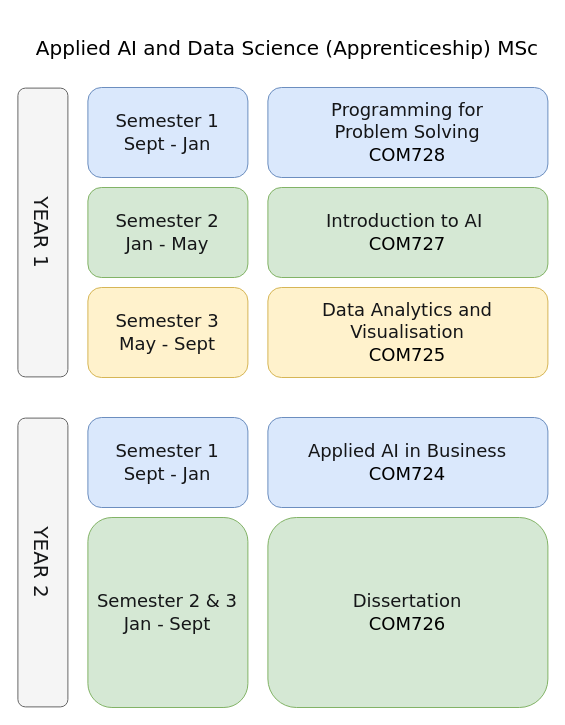
Before: page "Apprentice MAIDS" (1 of 13) of courses/ALL_UG_2025.drawio in martinsolent/solent_diagrams, a draw.io diagram. Source tidied: cells renumbered, new cells numbered last; positions are measured from the earlier drawing's top-left corner, leaving out a move shared by most shapes. Both pictures are drawn from the tidied source at 100%, with x=0, y=0 at pixel (-102, 17).
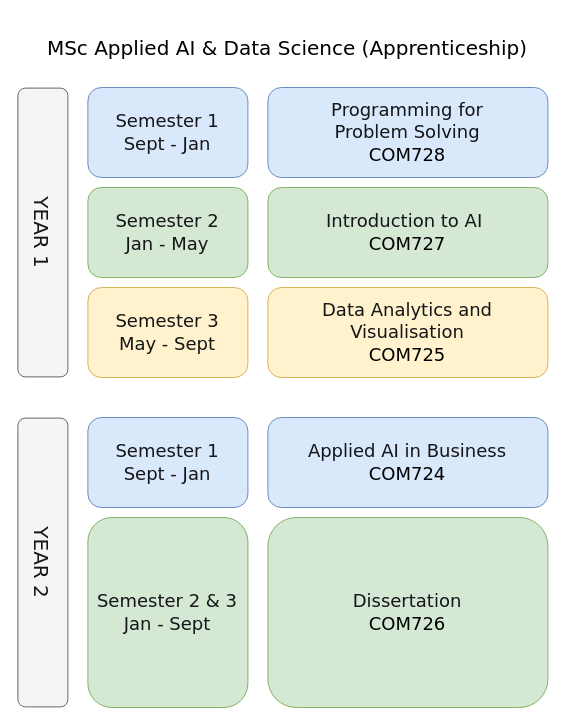
After the change.

The edit, as a diff of the source:
```diff
@@
 <mxGraphModel>
   <root>
     <mxCell id="0" />
     <mxCell id="1" parent="0" />
     <mxCell id="2" value="&lt;p style=&quot;font-size: 18px&quot;&gt;&lt;font face=&quot;Verdana&quot; style=&quot;font-size: 18px&quot;&gt;&lt;font style=&quot;font-size: 18px&quot;&gt;&lt;span style=&quot;color: rgb(21 , 22 , 24)&quot;&gt;Programming for&lt;br&gt;&amp;nbsp;Problem Solving&amp;nbsp;&lt;br&gt;&lt;/span&gt;&lt;/font&gt;&lt;font style=&quot;font-size: 18px&quot;&gt;COM728&lt;/font&gt;&lt;/font&gt;&lt;/p&gt;" style="rounded=1;whiteSpace=wrap;html=1;fillColor=#dae8fc;strokeColor=#6c8ebf;" parent="1" vertex="1">
       <mxGeometry x="369.4" y="70" width="280" height="90" as="geometry" />
     </mxCell>
     <mxCell id="3" value="&lt;p style=&quot;font-size: 18px&quot;&gt;&lt;font face=&quot;Verdana&quot; style=&quot;font-size: 18px&quot;&gt;&lt;span style=&quot;color: rgb(21 , 22 , 24)&quot;&gt;Introduction to AI&amp;nbsp;&lt;br&gt;&lt;/span&gt;&lt;span&gt;COM727&lt;/span&gt;&lt;/font&gt;&lt;/p&gt;" style="rounded=1;whiteSpace=wrap;html=1;fillColor=#d5e8d4;strokeColor=#82b366;" parent="1" vertex="1">
       <mxGeometry x="369.4" y="170" width="280" height="90" as="geometry" />
     </mxCell>
     <mxCell id="4" value="&lt;p style=&quot;font-size: 18px&quot;&gt;&lt;font face=&quot;Verdana&quot; style=&quot;font-size: 18px&quot;&gt;&lt;span style=&quot;color: rgb(21 , 22 , 24)&quot;&gt;&lt;font style=&quot;font-size: 18px&quot;&gt;Data Analytics and Visualisation&lt;br&gt;&lt;/font&gt;&lt;/span&gt;COM725&lt;/font&gt;&lt;/p&gt;" style="rounded=1;whiteSpace=wrap;html=1;fillColor=#fff2cc;strokeColor=#d6b656;" parent="1" vertex="1">
       <mxGeometry x="369.4" y="270" width="280" height="90" as="geometry" />
     </mxCell>
     <mxCell id="5" value="&lt;p style=&quot;font-size: 18px&quot;&gt;&lt;font color=&quot;#151618&quot; face=&quot;Verdana&quot;&gt;Semester 1&lt;br&gt;Sept - Jan&lt;/font&gt;&lt;/p&gt;" style="rounded=1;whiteSpace=wrap;html=1;fillColor=#dae8fc;strokeColor=#6c8ebf;" parent="1" vertex="1">
       <mxGeometry x="189.4" y="70" width="160" height="90" as="geometry" />
     </mxCell>
     <mxCell id="6" value="&lt;p style=&quot;font-size: 18px&quot;&gt;&lt;font color=&quot;#151618&quot; face=&quot;Verdana&quot;&gt;Semester 2&lt;br&gt;Jan - May&lt;/font&gt;&lt;/p&gt;" style="rounded=1;whiteSpace=wrap;html=1;fillColor=#d5e8d4;strokeColor=#82b366;" parent="1" vertex="1">
       <mxGeometry x="189.4" y="170" width="160" height="90" as="geometry" />
     </mxCell>
     <mxCell id="7" value="&lt;p style=&quot;font-size: 18px&quot;&gt;&lt;font color=&quot;#151618&quot; face=&quot;Verdana&quot;&gt;Semester 3&lt;br&gt;May - Sept&lt;/font&gt;&lt;/p&gt;" style="rounded=1;whiteSpace=wrap;html=1;fillColor=#fff2cc;strokeColor=#d6b656;" parent="1" vertex="1">
       <mxGeometry x="189.4" y="270" width="160" height="90" as="geometry" />
     </mxCell>
     <mxCell id="8" value="&lt;p&gt;&lt;font color=&quot;#151618&quot; face=&quot;Verdana&quot; style=&quot;font-size: 20px&quot;&gt;YEAR 1&lt;/font&gt;&lt;/p&gt;" style="rounded=1;whiteSpace=wrap;html=1;fillColor=#f5f5f5;strokeColor=#666666;fontColor=#333333;rotation=90;" parent="1" vertex="1">
       <mxGeometry y="190" width="288.8" height="50" as="geometry" />
     </mxCell>
     <mxCell id="9" value="&lt;p style=&quot;font-size: 18px&quot;&gt;&lt;font face=&quot;Verdana&quot; style=&quot;font-size: 18px&quot;&gt;&lt;span style=&quot;color: rgb(21 , 22 , 24)&quot;&gt;&lt;font style=&quot;font-size: 18px&quot;&gt;Applied AI in Business&lt;br&gt;&lt;/font&gt;&lt;/span&gt;COM724&lt;/font&gt;&lt;/p&gt;" style="rounded=1;whiteSpace=wrap;html=1;fillColor=#dae8fc;strokeColor=#6c8ebf;" parent="1" vertex="1">
       <mxGeometry x="369.4" y="400" width="280" height="90" as="geometry" />
     </mxCell>
     <mxCell id="10" value="&lt;p style=&quot;font-size: 18px&quot;&gt;&lt;font face=&quot;Verdana&quot;&gt;&lt;span style=&quot;color: rgb(21 , 22 , 24)&quot;&gt;Dissertation&lt;/span&gt;&lt;font style=&quot;font-size: 18px&quot;&gt;&lt;span style=&quot;color: rgb(21 , 22 , 24)&quot;&gt;&lt;br&gt;&lt;/span&gt;&lt;span&gt;COM726&lt;/span&gt;&lt;/font&gt;&lt;/font&gt;&lt;/p&gt;" style="rounded=1;whiteSpace=wrap;html=1;fillColor=#d5e8d4;strokeColor=#82b366;" parent="1" vertex="1">
       <mxGeometry x="369.4" y="500" width="280" height="190" as="geometry" />
     </mxCell>
     <mxCell id="11" value="&lt;p style=&quot;font-size: 18px&quot;&gt;&lt;font color=&quot;#151618&quot; face=&quot;Verdana&quot;&gt;Semester 1&lt;br&gt;Sept - Jan&lt;/font&gt;&lt;/p&gt;" style="rounded=1;whiteSpace=wrap;html=1;fillColor=#dae8fc;strokeColor=#6c8ebf;" parent="1" vertex="1">
       <mxGeometry x="189.4" y="400" width="160" height="90" as="geometry" />
     </mxCell>
     <mxCell id="12" value="&lt;p style=&quot;font-size: 18px&quot;&gt;&lt;font color=&quot;#151618&quot; face=&quot;Verdana&quot;&gt;Semester 2 &amp;amp; 3&lt;br&gt;Jan - Sept&lt;/font&gt;&lt;/p&gt;" style="rounded=1;whiteSpace=wrap;html=1;fillColor=#d5e8d4;strokeColor=#82b366;" parent="1" vertex="1">
       <mxGeometry x="189.4" y="500" width="160" height="190" as="geometry" />
     </mxCell>
     <mxCell id="13" value="&lt;p&gt;&lt;font color=&quot;#151618&quot; face=&quot;Verdana&quot; style=&quot;font-size: 20px&quot;&gt;YEAR 2&lt;/font&gt;&lt;/p&gt;" style="rounded=1;whiteSpace=wrap;html=1;fillColor=#f5f5f5;strokeColor=#666666;fontColor=#333333;rotation=90;" parent="1" vertex="1">
       <mxGeometry y="520" width="288.8" height="50" as="geometry" />
     </mxCell>
-    <mxCell id="14" value="&lt;font style=&quot;font-size: 20px&quot;&gt;Applied AI and Data Science (Apprenticeship) MSc&lt;/font&gt;" style="text;html=1;strokeColor=none;fillColor=none;align=center;verticalAlign=middle;whiteSpace=wrap;rounded=0;labelBackgroundColor=none;fontFamily=Verdana;fontSize=14;" parent="1" vertex="1">
+    <mxCell id="14" value="&lt;font style=&quot;font-size: 20px&quot;&gt;MSc Applied AI &amp;amp; Data Science (Apprenticeship)&lt;/font&gt;" style="text;html=1;strokeColor=none;fillColor=none;align=center;verticalAlign=middle;whiteSpace=wrap;rounded=0;labelBackgroundColor=none;fontFamily=Verdana;fontSize=14;" parent="1" vertex="1">
       <mxGeometry x="129.4" width="520" height="60" as="geometry" />
     </mxCell>
   </root>
 </mxGraphModel>
```
